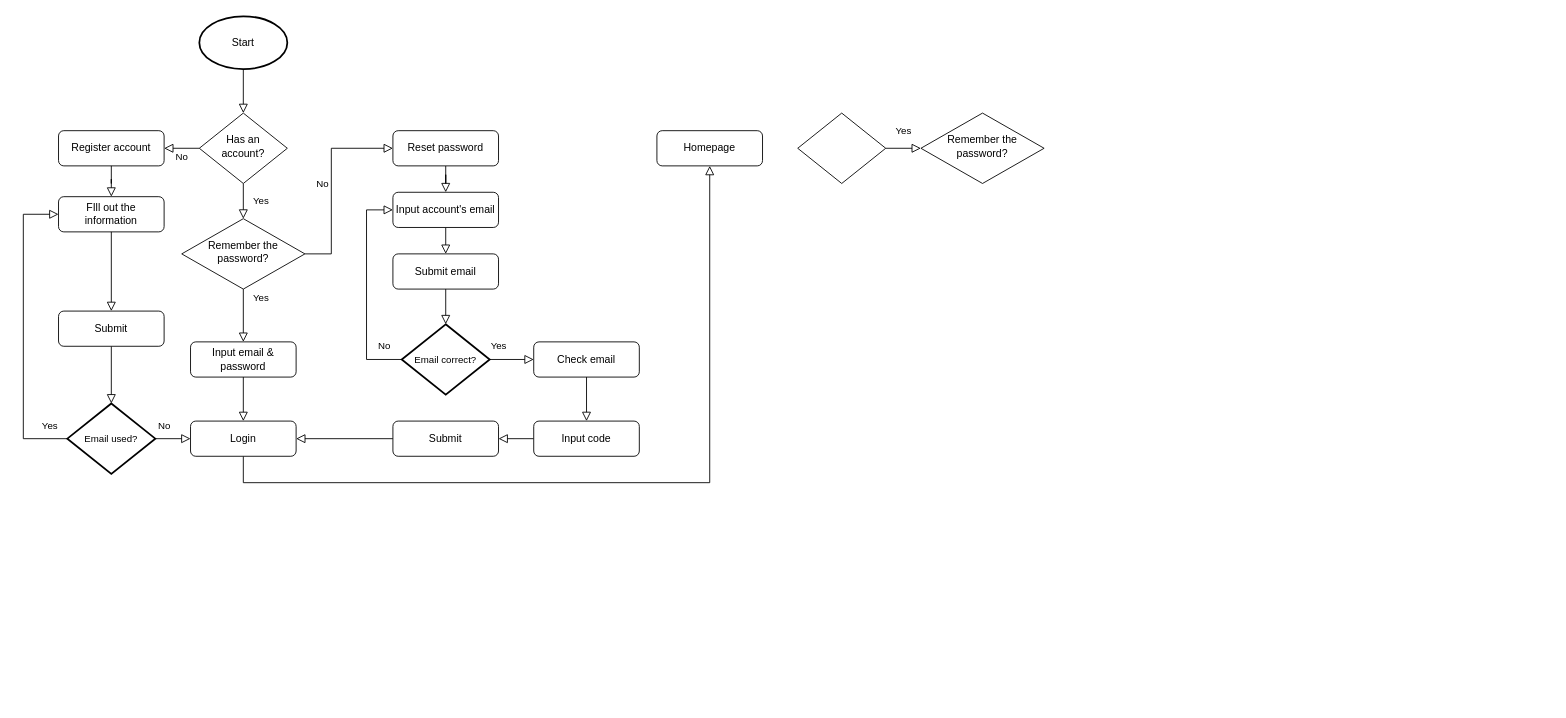
Above: Untitled Diagram.drawio in Zsxam/recipeApp (draw.io), before the change. Source tidied: cells renumbered, new cells numbered last; positions are measured from the earlier drawing's top-left corner, leaving out a move shared by most shapes. Both pictures are drawn from the tidied source at 88%, with x=0, y=0 at pixel (23, 16).
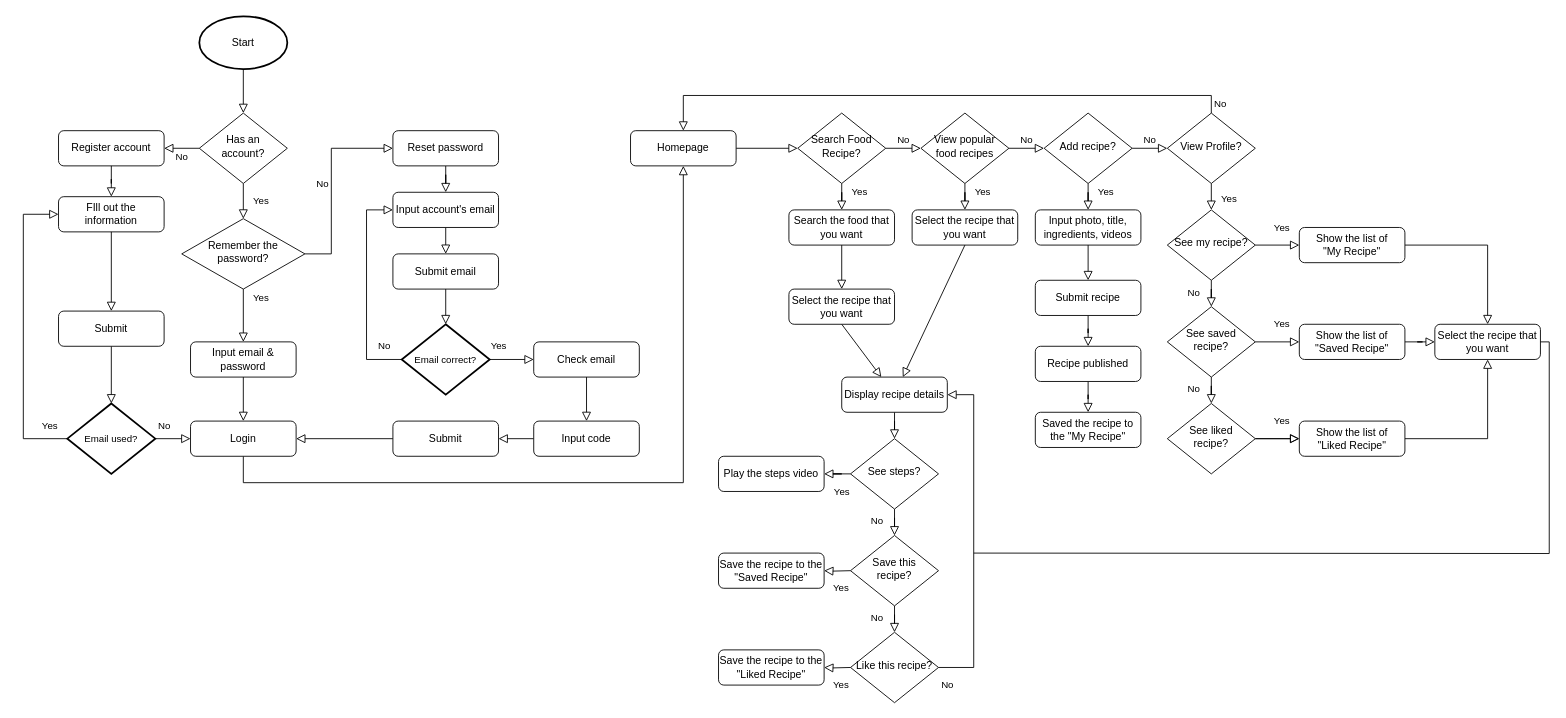
After the change.

Commit message:
Full Flowchart

The change refers to these unchanged cells:
```xml
<mxCell id="11" value="Login" style="rounded=1;whiteSpace=wrap;html=1;fontSize=12;glass=0;strokeWidth=1;shadow=0;" parent="1" vertex="1">
  <mxGeometry x="190" y="460" width="120" height="40" as="geometry" />
</mxCell>
```

What changed in the source:
```diff
@@
     <mxCell id="10" style="edgeStyle=orthogonalEdgeStyle;shape=connector;rounded=0;jettySize=auto;html=1;shadow=0;labelBackgroundColor=none;strokeColor=default;strokeWidth=1;align=center;verticalAlign=middle;fontFamily=Helvetica;fontSize=11;fontColor=default;endArrow=block;endFill=0;endSize=8;" parent="1" edge="1" source="11" target="21">
       <mxGeometry relative="1" as="geometry">
         <Array as="points">
           <mxPoint x="250" y="530" />
-          <mxPoint x="780" y="530" />
+          <mxPoint x="750" y="530" />
         </Array>
       </mxGeometry>
     </mxCell>
@@
+    <mxCell id="46" style="edgeStyle=orthogonalEdgeStyle;shape=connector;rounded=0;jettySize=auto;html=1;exitX=1;exitY=0.5;exitDx=0;exitDy=0;shadow=0;labelBackgroundColor=none;strokeColor=default;strokeWidth=1;align=center;verticalAlign=middle;fontFamily=Helvetica;fontSize=11;fontColor=default;endArrow=block;endFill=0;endSize=8;" parent="1" edge="1" source="21" target="44">
+      <mxGeometry relative="1" as="geometry" />
+    </mxCell>
     <mxCell id="21" value="Homepage" style="rounded=1;whiteSpace=wrap;html=1;fontSize=12;glass=0;strokeWidth=1;shadow=0;" parent="1" vertex="1">
-      <mxGeometry x="720" y="130" width="120" height="40" as="geometry" />
+      <mxGeometry x="690" y="130" width="120" height="40" as="geometry" />
     </mxCell>
@@
-    <mxCell id="43" value="Yes" style="rounded=0;html=1;jettySize=auto;fontSize=11;endArrow=block;endFill=0;endSize=8;strokeWidth=1;shadow=0;labelBackgroundColor=none;edgeStyle=orthogonalEdgeStyle;" parent="1" edge="1" source="44" target="45">
-      <mxGeometry y="20" relative="1" as="geometry" />
+    <mxCell id="43" value="No" style="rounded=0;html=1;jettySize=auto;fontSize=11;endArrow=block;endFill=0;endSize=8;strokeWidth=1;shadow=0;labelBackgroundColor=none;edgeStyle=orthogonalEdgeStyle;" parent="1" edge="1" source="44" target="47">
+      <mxGeometry y="10" relative="1" as="geometry" />
     </mxCell>
-    <mxCell id="44" style="rhombus;whiteSpace=wrap;html=1;shadow=0;fontFamily=Helvetica;fontSize=12;align=center;strokeWidth=1;spacing=6;spacingTop=-4;" parent="1" vertex="1">
+    <mxCell id="44" value="Search Food Recipe?" style="rhombus;whiteSpace=wrap;html=1;shadow=0;fontFamily=Helvetica;fontSize=12;align=center;strokeWidth=1;spacing=6;spacingTop=-4;" parent="1" vertex="1">
       <mxGeometry x="880" y="110" width="100" height="80" as="geometry" />
     </mxCell>
-    <mxCell id="45" value="Remember the password?" style="rhombus;whiteSpace=wrap;html=1;shadow=0;fontFamily=Helvetica;fontSize=12;align=center;strokeWidth=1;spacing=6;spacingTop=-4;" parent="1" vertex="1">
-      <mxGeometry x="1020" y="110" width="140" height="80" as="geometry" />
-    </mxCell>
+    <mxCell id="47" value="View popular food recipes" style="rhombus;whiteSpace=wrap;html=1;shadow=0;fontFamily=Helvetica;fontSize=12;align=center;strokeWidth=1;spacing=6;spacingTop=-4;" parent="1" vertex="1">
+      <mxGeometry x="1020" y="110" width="100" height="80" as="geometry" />
+    </mxCell>
+    <mxCell id="48" style="shape=connector;rounded=0;jettySize=auto;html=1;exitX=0.5;exitY=1;exitDx=0;exitDy=0;shadow=0;labelBackgroundColor=none;strokeColor=default;strokeWidth=1;align=center;verticalAlign=middle;fontFamily=Helvetica;fontSize=11;fontColor=default;endArrow=block;endFill=0;endSize=8;" parent="1" edge="1" source="60" target="51">
+      <mxGeometry relative="1" as="geometry" />
+    </mxCell>
+    <mxCell id="49" value="Search the food that you want" style="rounded=1;whiteSpace=wrap;html=1;fontSize=12;glass=0;strokeWidth=1;shadow=0;" parent="1" vertex="1">
+      <mxGeometry x="870" y="220" width="120" height="40" as="geometry" />
+    </mxCell>
+    <mxCell id="50" style="edgeStyle=orthogonalEdgeStyle;shape=connector;rounded=0;jettySize=auto;html=1;exitX=0.5;exitY=1;exitDx=0;exitDy=0;shadow=0;labelBackgroundColor=none;strokeColor=default;strokeWidth=1;align=center;verticalAlign=middle;fontFamily=Helvetica;fontSize=11;fontColor=default;endArrow=block;endFill=0;endSize=8;" parent="1" edge="1" source="51" target="68">
+      <mxGeometry relative="1" as="geometry" />
+    </mxCell>
+    <mxCell id="51" value="Display recipe details" style="rounded=1;whiteSpace=wrap;html=1;fontSize=12;glass=0;strokeWidth=1;shadow=0;" parent="1" vertex="1">
+      <mxGeometry x="930" y="410" width="120" height="40" as="geometry" />
+    </mxCell>
+    <mxCell id="52" style="shape=connector;rounded=0;jettySize=auto;html=1;exitX=0.5;exitY=1;exitDx=0;exitDy=0;shadow=0;labelBackgroundColor=none;strokeColor=default;strokeWidth=1;align=center;verticalAlign=middle;fontFamily=Helvetica;fontSize=11;fontColor=default;endArrow=block;endFill=0;endSize=8;" parent="1" edge="1" source="53" target="51">
+      <mxGeometry relative="1" as="geometry" />
+    </mxCell>
+    <mxCell id="53" value="Select the recipe that you want" style="rounded=1;whiteSpace=wrap;html=1;fontSize=12;glass=0;strokeWidth=1;shadow=0;" parent="1" vertex="1">
+      <mxGeometry x="1010" y="220" width="120" height="40" as="geometry" />
+    </mxCell>
+    <mxCell id="54" value="Play the steps video" style="rounded=1;whiteSpace=wrap;html=1;fontSize=12;glass=0;strokeWidth=1;shadow=0;" parent="1" vertex="1">
+      <mxGeometry x="790" y="500" width="120" height="40" as="geometry" />
+    </mxCell>
+    <mxCell id="55" value="No" style="rounded=0;html=1;jettySize=auto;fontSize=11;endArrow=block;endFill=0;endSize=8;strokeWidth=1;shadow=0;labelBackgroundColor=none;edgeStyle=orthogonalEdgeStyle;" parent="1" edge="1" source="56" target="57">
+      <mxGeometry y="10" relative="1" as="geometry" />
+    </mxCell>
+    <mxCell id="56" value="Add recipe?" style="rhombus;whiteSpace=wrap;html=1;shadow=0;fontFamily=Helvetica;fontSize=12;align=center;strokeWidth=1;spacing=6;spacingTop=-4;" parent="1" vertex="1">
+      <mxGeometry x="1160" y="110" width="100" height="80" as="geometry" />
+    </mxCell>
+    <mxCell id="57" value="View Profile?" style="rhombus;whiteSpace=wrap;html=1;shadow=0;fontFamily=Helvetica;fontSize=12;align=center;strokeWidth=1;spacing=6;spacingTop=-4;" parent="1" vertex="1">
+      <mxGeometry x="1300" y="110" width="100" height="80" as="geometry" />
+    </mxCell>
+    <mxCell id="58" value="No" style="rounded=0;html=1;jettySize=auto;fontSize=11;endArrow=block;endFill=0;endSize=8;strokeWidth=1;shadow=0;labelBackgroundColor=none;edgeStyle=orthogonalEdgeStyle;" parent="1" edge="1" source="47" target="56">
+      <mxGeometry y="10" relative="1" as="geometry" />
+    </mxCell>
+    <mxCell id="59" style="shape=connector;rounded=0;jettySize=auto;html=1;exitX=0.5;exitY=1;exitDx=0;exitDy=0;shadow=0;labelBackgroundColor=none;strokeColor=default;strokeWidth=1;align=center;verticalAlign=middle;fontFamily=Helvetica;fontSize=11;fontColor=default;endArrow=block;endFill=0;endSize=8;" parent="1" edge="1" source="49" target="60">
+      <mxGeometry relative="1" as="geometry" />
+    </mxCell>
+    <mxCell id="60" value="Select the recipe that you want" style="rounded=1;whiteSpace=wrap;html=1;fontSize=12;glass=0;strokeWidth=1;shadow=0;" parent="1" vertex="1">
+      <mxGeometry x="870" y="310" width="120" height="40" as="geometry" />
+    </mxCell>
+    <mxCell id="61" value="Yes" style="rounded=0;html=1;jettySize=auto;fontSize=11;endArrow=block;endFill=0;endSize=8;strokeWidth=1;shadow=0;labelBackgroundColor=none;edgeStyle=orthogonalEdgeStyle;" parent="1" edge="1" source="44" target="49">
+      <mxGeometry x="0.2" y="20" relative="1" as="geometry" />
+    </mxCell>
+    <mxCell id="62" value="Yes" style="rounded=0;html=1;jettySize=auto;fontSize=11;endArrow=block;endFill=0;endSize=8;strokeWidth=1;shadow=0;labelBackgroundColor=none;edgeStyle=orthogonalEdgeStyle;" parent="1" edge="1" source="47" target="53">
+      <mxGeometry x="0.2" y="20" relative="1" as="geometry" />
+    </mxCell>
+    <mxCell id="63" value="Yes" style="rounded=0;html=1;jettySize=auto;fontSize=11;endArrow=block;endFill=0;endSize=8;strokeWidth=1;shadow=0;labelBackgroundColor=none;edgeStyle=orthogonalEdgeStyle;" parent="1" edge="1" source="56" target="65">
+      <mxGeometry x="0.2" y="20" relative="1" as="geometry" />
+    </mxCell>
+    <mxCell id="64" style="edgeStyle=orthogonalEdgeStyle;shape=connector;rounded=0;jettySize=auto;html=1;exitX=0.5;exitY=1;exitDx=0;exitDy=0;shadow=0;labelBackgroundColor=none;strokeColor=default;strokeWidth=1;align=center;verticalAlign=middle;fontFamily=Helvetica;fontSize=11;fontColor=default;endArrow=block;endFill=0;endSize=8;" parent="1" edge="1" source="65" target="67">
+      <mxGeometry relative="1" as="geometry" />
+    </mxCell>
+    <mxCell id="65" value="Input photo, title, ingredients, videos" style="rounded=1;whiteSpace=wrap;html=1;fontSize=12;glass=0;strokeWidth=1;shadow=0;" parent="1" vertex="1">
+      <mxGeometry x="1150" y="220" width="120" height="40" as="geometry" />
+    </mxCell>
+    <mxCell id="66" style="edgeStyle=orthogonalEdgeStyle;shape=connector;rounded=0;jettySize=auto;html=1;exitX=0.5;exitY=1;exitDx=0;exitDy=0;shadow=0;labelBackgroundColor=none;strokeColor=default;strokeWidth=1;align=center;verticalAlign=middle;fontFamily=Helvetica;fontSize=11;fontColor=default;endArrow=block;endFill=0;endSize=8;" parent="1" edge="1" source="67" target="81">
+      <mxGeometry relative="1" as="geometry" />
+    </mxCell>
+    <mxCell id="67" value="Submit recipe" style="rounded=1;whiteSpace=wrap;html=1;fontSize=12;glass=0;strokeWidth=1;shadow=0;" parent="1" vertex="1">
+      <mxGeometry x="1150" y="300" width="120" height="40" as="geometry" />
+    </mxCell>
+    <mxCell id="68" value="See steps?" style="rhombus;whiteSpace=wrap;html=1;shadow=0;fontFamily=Helvetica;fontSize=12;align=center;strokeWidth=1;spacing=6;spacingTop=-4;" parent="1" vertex="1">
+      <mxGeometry x="940" y="480" width="100" height="80" as="geometry" />
+    </mxCell>
+    <mxCell id="69" value="No" style="rounded=0;html=1;jettySize=auto;fontSize=11;endArrow=block;endFill=0;endSize=8;strokeWidth=1;shadow=0;labelBackgroundColor=none;edgeStyle=orthogonalEdgeStyle;" parent="1" edge="1" source="68" target="70">
+      <mxGeometry x="0.01" y="20" relative="1" as="geometry">
+        <mxPoint y="-1" as="offset" />
+      </mxGeometry>
+    </mxCell>
+    <mxCell id="70" value="Save this recipe?" style="rhombus;whiteSpace=wrap;html=1;shadow=0;fontFamily=Helvetica;fontSize=12;align=center;strokeWidth=1;spacing=6;spacingTop=-4;" parent="1" vertex="1">
+      <mxGeometry x="940" y="590" width="100" height="80" as="geometry" />
+    </mxCell>
+    <mxCell id="71" value="No" style="rounded=0;html=1;jettySize=auto;fontSize=11;endArrow=block;endFill=0;endSize=8;strokeWidth=1;shadow=0;labelBackgroundColor=none;edgeStyle=orthogonalEdgeStyle;" parent="1" edge="1" source="70" target="72">
+      <mxGeometry x="0.01" y="20" relative="1" as="geometry">
+        <mxPoint y="-1" as="offset" />
+      </mxGeometry>
+    </mxCell>
+    <mxCell id="72" value="Like this recipe?" style="rhombus;whiteSpace=wrap;html=1;shadow=0;fontFamily=Helvetica;fontSize=12;align=center;strokeWidth=1;spacing=6;spacingTop=-4;" parent="1" vertex="1">
+      <mxGeometry x="940" y="700" width="100" height="80" as="geometry" />
+    </mxCell>
+    <mxCell id="73" value="Yes" style="rounded=0;html=1;jettySize=auto;fontSize=11;endArrow=block;endFill=0;endSize=8;strokeWidth=1;shadow=0;labelBackgroundColor=none;edgeStyle=orthogonalEdgeStyle;" parent="1" edge="1" source="68" target="54">
+      <mxGeometry x="0.2" y="20" relative="1" as="geometry" />
+    </mxCell>
+    <mxCell id="74" value="Save the recipe to the &quot;Saved Recipe&quot;" style="rounded=1;whiteSpace=wrap;html=1;fontSize=12;glass=0;strokeWidth=1;shadow=0;" parent="1" vertex="1">
+      <mxGeometry x="790" y="610" width="120" height="40" as="geometry" />
+    </mxCell>
+    <mxCell id="75" value="Yes" style="rounded=0;html=1;jettySize=auto;fontSize=11;endArrow=block;endFill=0;endSize=8;strokeWidth=1;shadow=0;labelBackgroundColor=none;edgeStyle=orthogonalEdgeStyle;" parent="1" edge="1" target="74">
+      <mxGeometry x="-0.31" y="20" relative="1" as="geometry">
+        <mxPoint x="940" y="630" as="sourcePoint" />
+        <mxPoint x="-1" as="offset" />
+      </mxGeometry>
+    </mxCell>
+    <mxCell id="76" value="Save the recipe to the &quot;Liked Recipe&quot;" style="rounded=1;whiteSpace=wrap;html=1;fontSize=12;glass=0;strokeWidth=1;shadow=0;" parent="1" vertex="1">
+      <mxGeometry x="790" y="720" width="120" height="40" as="geometry" />
+    </mxCell>
+    <mxCell id="77" value="Yes" style="rounded=0;html=1;jettySize=auto;fontSize=11;endArrow=block;endFill=0;endSize=8;strokeWidth=1;shadow=0;labelBackgroundColor=none;edgeStyle=orthogonalEdgeStyle;" parent="1" edge="1" target="76">
+      <mxGeometry x="-0.31" y="20" relative="1" as="geometry">
+        <mxPoint x="940" y="740" as="sourcePoint" />
+        <mxPoint x="-1" as="offset" />
+      </mxGeometry>
+    </mxCell>
+    <mxCell id="78" value="No" style="rounded=0;html=1;jettySize=auto;fontSize=11;endArrow=block;endFill=0;endSize=8;strokeWidth=1;shadow=0;labelBackgroundColor=none;edgeStyle=orthogonalEdgeStyle;entryX=1;entryY=0.5;entryDx=0;entryDy=0;exitX=1;exitY=0.5;exitDx=0;exitDy=0;" parent="1" edge="1" source="72" target="51">
+      <mxGeometry x="-0.95" y="-20" relative="1" as="geometry">
+        <Array as="points">
+          <mxPoint x="1080" y="740" />
+          <mxPoint x="1080" y="430" />
+        </Array>
+      </mxGeometry>
+    </mxCell>
+    <mxCell id="79" value="Saved the recipe to the &quot;My Recipe&quot;" style="rounded=1;whiteSpace=wrap;html=1;fontSize=12;glass=0;strokeWidth=1;shadow=0;" parent="1" vertex="1">
+      <mxGeometry x="1150" y="450" width="120" height="40" as="geometry" />
+    </mxCell>
+    <mxCell id="80" style="edgeStyle=orthogonalEdgeStyle;shape=connector;rounded=0;jettySize=auto;html=1;exitX=0.5;exitY=1;exitDx=0;exitDy=0;shadow=0;labelBackgroundColor=none;strokeColor=default;strokeWidth=1;align=center;verticalAlign=middle;fontFamily=Helvetica;fontSize=11;fontColor=default;endArrow=block;endFill=0;endSize=8;" parent="1" edge="1" source="81" target="79">
+      <mxGeometry relative="1" as="geometry" />
+    </mxCell>
+    <mxCell id="81" value="Recipe published" style="rounded=1;whiteSpace=wrap;html=1;fontSize=12;glass=0;strokeWidth=1;shadow=0;" parent="1" vertex="1">
+      <mxGeometry x="1150" y="375" width="120" height="40" as="geometry" />
+    </mxCell>
+    <mxCell id="82" value="No" style="rounded=0;html=1;jettySize=auto;fontSize=11;endArrow=block;endFill=0;endSize=8;strokeWidth=1;shadow=0;labelBackgroundColor=none;edgeStyle=orthogonalEdgeStyle;entryX=0.5;entryY=0;entryDx=0;entryDy=0;exitX=0.5;exitY=0;exitDx=0;exitDy=0;" parent="1" edge="1" source="57" target="21">
+      <mxGeometry x="-0.97" y="-10" relative="1" as="geometry" />
+    </mxCell>
+    <mxCell id="83" value="Yes" style="rounded=0;html=1;jettySize=auto;fontSize=11;endArrow=block;endFill=0;endSize=8;strokeWidth=1;shadow=0;labelBackgroundColor=none;edgeStyle=orthogonalEdgeStyle;" parent="1" edge="1" source="57">
+      <mxGeometry x="0.2" y="20" relative="1" as="geometry">
+        <mxPoint x="1350" y="220" as="targetPoint" />
+      </mxGeometry>
+    </mxCell>
+    <mxCell id="84" style="edgeStyle=orthogonalEdgeStyle;shape=connector;rounded=0;jettySize=auto;html=1;exitX=1;exitY=0.5;exitDx=0;exitDy=0;shadow=0;labelBackgroundColor=none;strokeColor=default;strokeWidth=1;align=center;verticalAlign=middle;fontFamily=Helvetica;fontSize=11;fontColor=default;endArrow=block;endFill=0;endSize=8;" parent="1" edge="1" source="85" target="99">
+      <mxGeometry relative="1" as="geometry" />
+    </mxCell>
+    <mxCell id="85" value="Show the list of &lt;br&gt;&quot;My Recipe&quot;" style="rounded=1;whiteSpace=wrap;html=1;fontSize=12;glass=0;strokeWidth=1;shadow=0;" parent="1" vertex="1">
+      <mxGeometry x="1450" y="240" width="120" height="40" as="geometry" />
+    </mxCell>
+    <mxCell id="86" value="See my recipe?" style="rhombus;whiteSpace=wrap;html=1;shadow=0;fontFamily=Helvetica;fontSize=12;align=center;strokeWidth=1;spacing=6;spacingTop=-4;" parent="1" vertex="1">
+      <mxGeometry x="1300" y="220" width="100" height="80" as="geometry" />
+    </mxCell>
+    <mxCell id="87" value="No" style="rounded=0;html=1;jettySize=auto;fontSize=11;endArrow=block;endFill=0;endSize=8;strokeWidth=1;shadow=0;labelBackgroundColor=none;edgeStyle=orthogonalEdgeStyle;" parent="1" edge="1" source="86" target="88">
+      <mxGeometry x="0.01" y="20" relative="1" as="geometry">
+        <mxPoint y="-1" as="offset" />
+      </mxGeometry>
+    </mxCell>
+    <mxCell id="88" value="See saved recipe?" style="rhombus;whiteSpace=wrap;html=1;shadow=0;fontFamily=Helvetica;fontSize=12;align=center;strokeWidth=1;spacing=6;spacingTop=-4;" parent="1" vertex="1">
+      <mxGeometry x="1300" y="330" width="100" height="80" as="geometry" />
+    </mxCell>
+    <mxCell id="89" value="No" style="rounded=0;html=1;jettySize=auto;fontSize=11;endArrow=block;endFill=0;endSize=8;strokeWidth=1;shadow=0;labelBackgroundColor=none;edgeStyle=orthogonalEdgeStyle;" parent="1" edge="1" source="88" target="91">
+      <mxGeometry x="0.01" y="20" relative="1" as="geometry">
+        <mxPoint y="-1" as="offset" />
+      </mxGeometry>
+    </mxCell>
+    <mxCell id="90" style="edgeStyle=orthogonalEdgeStyle;shape=connector;rounded=0;jettySize=auto;html=1;shadow=0;labelBackgroundColor=none;strokeColor=default;strokeWidth=1;align=center;verticalAlign=middle;fontFamily=Helvetica;fontSize=11;fontColor=default;endArrow=block;endFill=0;endSize=8;" parent="1" edge="1" source="91" target="97">
+      <mxGeometry relative="1" as="geometry" />
+    </mxCell>
+    <mxCell id="91" value="See liked recipe?" style="rhombus;whiteSpace=wrap;html=1;shadow=0;fontFamily=Helvetica;fontSize=12;align=center;strokeWidth=1;spacing=6;spacingTop=-4;" parent="1" vertex="1">
+      <mxGeometry x="1300" y="440" width="100" height="80" as="geometry" />
+    </mxCell>
+    <mxCell id="92" value="Yes" style="rounded=0;html=1;jettySize=auto;fontSize=11;endArrow=block;endFill=0;endSize=8;strokeWidth=1;shadow=0;labelBackgroundColor=none;edgeStyle=orthogonalEdgeStyle;" parent="1" edge="1" source="86" target="85">
+      <mxGeometry x="0.2" y="20" relative="1" as="geometry" />
+    </mxCell>
+    <mxCell id="93" style="edgeStyle=orthogonalEdgeStyle;shape=connector;rounded=0;jettySize=auto;html=1;exitX=1;exitY=0.5;exitDx=0;exitDy=0;shadow=0;labelBackgroundColor=none;strokeColor=default;strokeWidth=1;align=center;verticalAlign=middle;fontFamily=Helvetica;fontSize=11;fontColor=default;endArrow=block;endFill=0;endSize=8;" parent="1" edge="1" source="94" target="99">
+      <mxGeometry relative="1" as="geometry" />
+    </mxCell>
+    <mxCell id="94" value="Show the list of&lt;br style=&quot;border-color: var(--border-color);&quot;&gt;&quot;Saved Recipe&quot;" style="rounded=1;whiteSpace=wrap;html=1;fontSize=12;glass=0;strokeWidth=1;shadow=0;" parent="1" vertex="1">
+      <mxGeometry x="1450" y="350" width="120" height="40" as="geometry" />
+    </mxCell>
+    <mxCell id="95" value="Yes" style="rounded=0;html=1;jettySize=auto;fontSize=11;endArrow=block;endFill=0;endSize=8;strokeWidth=1;shadow=0;labelBackgroundColor=none;edgeStyle=orthogonalEdgeStyle;" parent="1" edge="1" source="88" target="94">
+      <mxGeometry x="0.2" y="20" relative="1" as="geometry" />
+    </mxCell>
+    <mxCell id="96" style="edgeStyle=orthogonalEdgeStyle;shape=connector;rounded=0;jettySize=auto;html=1;exitX=1;exitY=0.5;exitDx=0;exitDy=0;shadow=0;labelBackgroundColor=none;strokeColor=default;strokeWidth=1;align=center;verticalAlign=middle;fontFamily=Helvetica;fontSize=11;fontColor=default;endArrow=block;endFill=0;endSize=8;" parent="1" edge="1" source="97" target="99">
+      <mxGeometry relative="1" as="geometry" />
+    </mxCell>
+    <mxCell id="97" value="Show the list of&lt;br style=&quot;border-color: var(--border-color);&quot;&gt;&quot;Liked Recipe&quot;" style="rounded=1;whiteSpace=wrap;html=1;fontSize=12;glass=0;strokeWidth=1;shadow=0;" parent="1" vertex="1">
+      <mxGeometry x="1450" y="460" width="120" height="40" as="geometry" />
+    </mxCell>
+    <mxCell id="98" value="Yes" style="rounded=0;html=1;jettySize=auto;fontSize=11;endArrow=block;endFill=0;endSize=8;strokeWidth=1;shadow=0;labelBackgroundColor=none;edgeStyle=orthogonalEdgeStyle;" parent="1" edge="1" source="91" target="97">
+      <mxGeometry x="0.2" y="20" relative="1" as="geometry" />
+    </mxCell>
+    <mxCell id="99" value="Select the recipe that you want" style="rounded=1;whiteSpace=wrap;html=1;fontSize=12;glass=0;strokeWidth=1;shadow=0;" parent="1" vertex="1">
+      <mxGeometry x="1604" y="350" width="120" height="40" as="geometry" />
+    </mxCell>
+    <mxCell id="100" style="endArrow=none;html=1;rounded=0;shadow=0;labelBackgroundColor=none;strokeColor=default;strokeWidth=1;align=center;verticalAlign=middle;fontFamily=Helvetica;fontSize=11;fontColor=default;endSize=8;shape=connector;entryX=1;entryY=0.5;entryDx=0;entryDy=0;edgeStyle=orthogonalEdgeStyle;" parent="1" edge="1" target="99">
+      <mxGeometry relative="1" as="geometry">
+        <mxPoint x="1080" y="610" as="sourcePoint" />
+      </mxGeometry>
+    </mxCell>
```
